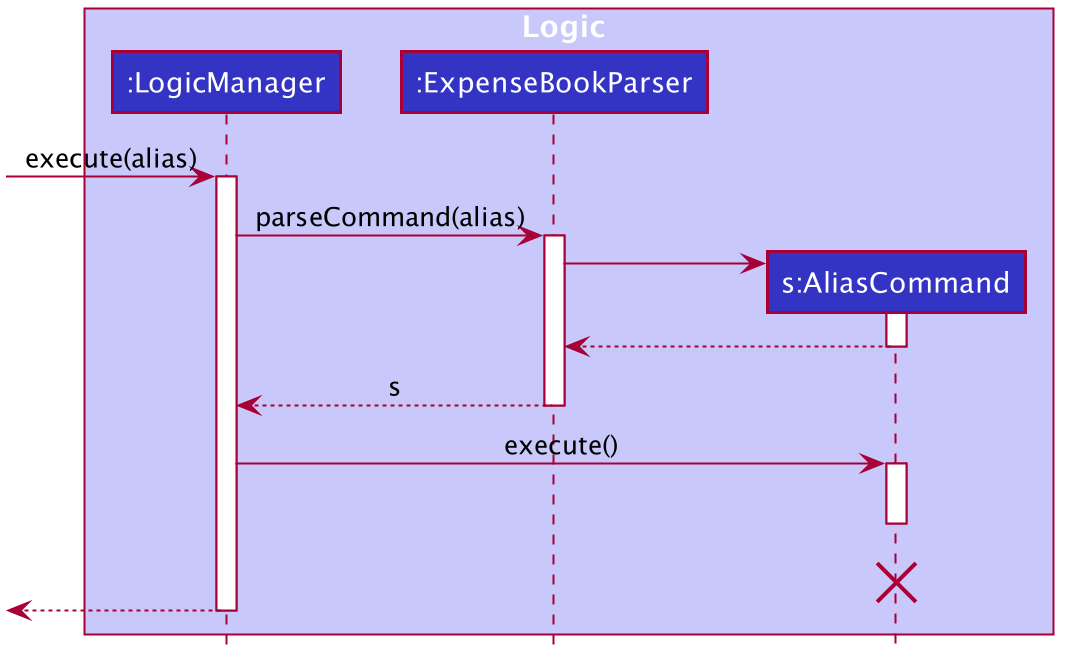
This is docs/images/AliasSequenceDiagram.png from nus-cs2103-AY2021S1/tp, a PlantUML export, as it was before one commit.
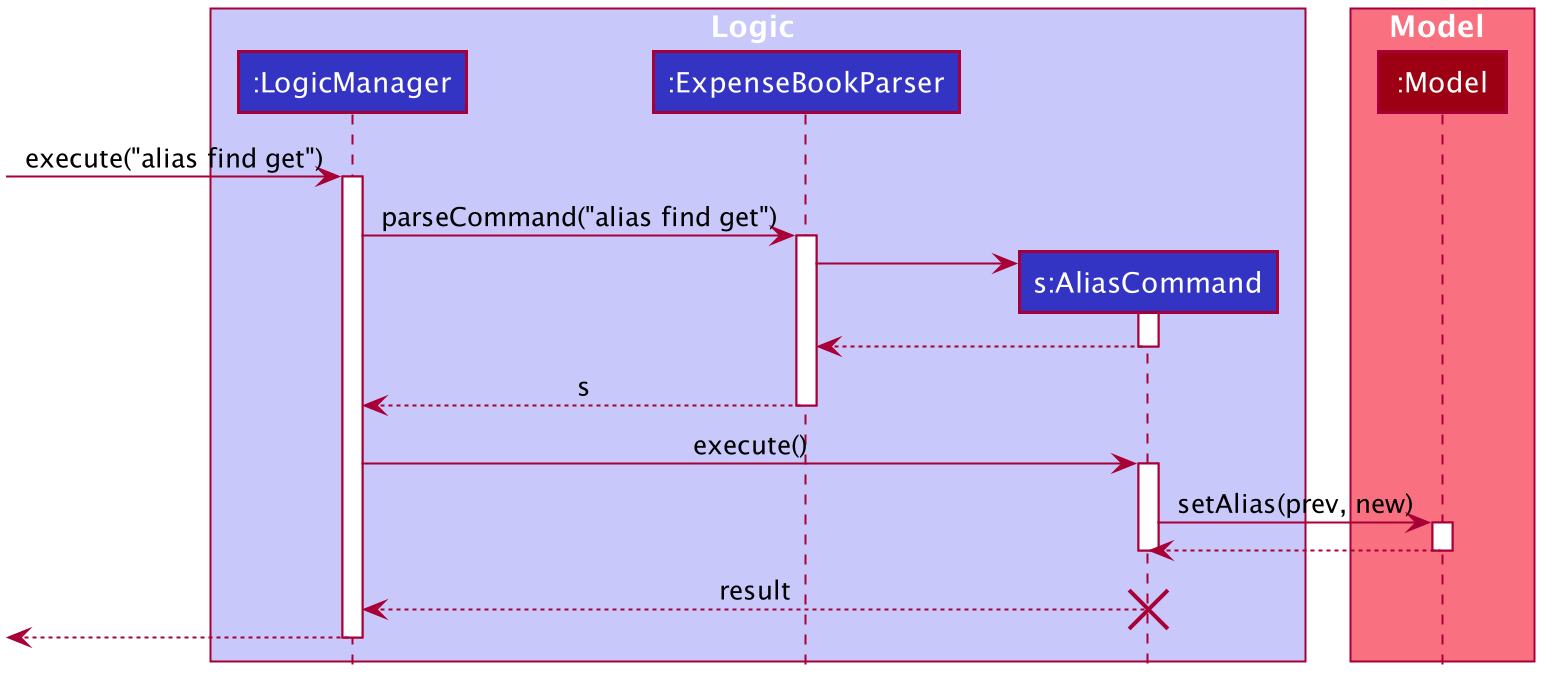
Above is the later version.

Commit message:
Update alias sequence diagrams

The edit, as a diff of the source:
```diff
@@ -54,11 +54,14 @@
 participant "s:AliasCommand" as AliasCommand #3333C4
 end box
 
+box Model #F97181
+participant ":Model" as Model #9D0012
+end box
 
-[-> LogicManager : execute(alias)
+[-> LogicManager : execute("alias find get")
 activate LogicManager
 
-LogicManager -> ExpenseBookParser : parseCommand(alias)
+LogicManager -> ExpenseBookParser : parseCommand("alias find get")
 activate ExpenseBookParser
 
 create AliasCommand
@@ -74,8 +77,14 @@
 LogicManager -> AliasCommand : execute()
 activate AliasCommand
 
+AliasCommand -> Model : setAlias(prev, new)
+activate Model
+
+Model --> AliasCommand
+deactivate Model
+
 deactivate AliasCommand
-AliasCommand -[hidden]-> LogicManager : result
+AliasCommand --> LogicManager : result
 destroy AliasCommand
 
 [<--LogicManager
```
